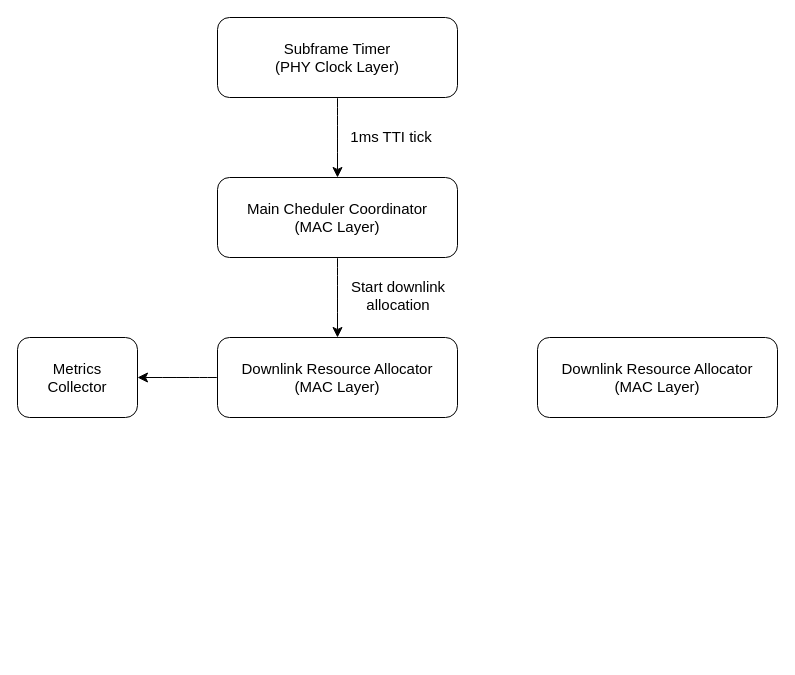
Graduation-Project-VHT/Diagrams keeps this draw.io diagram as OAI-Flow.drawio. Above is the earlier version. Source tidied: cells renumbered, new cells numbered last; positions are measured from the earlier drawing's top-left corner, leaving out a move shared by most shapes. Both pictures are drawn from the tidied source at 100%, with x=0, y=0 at pixel (17, 17).
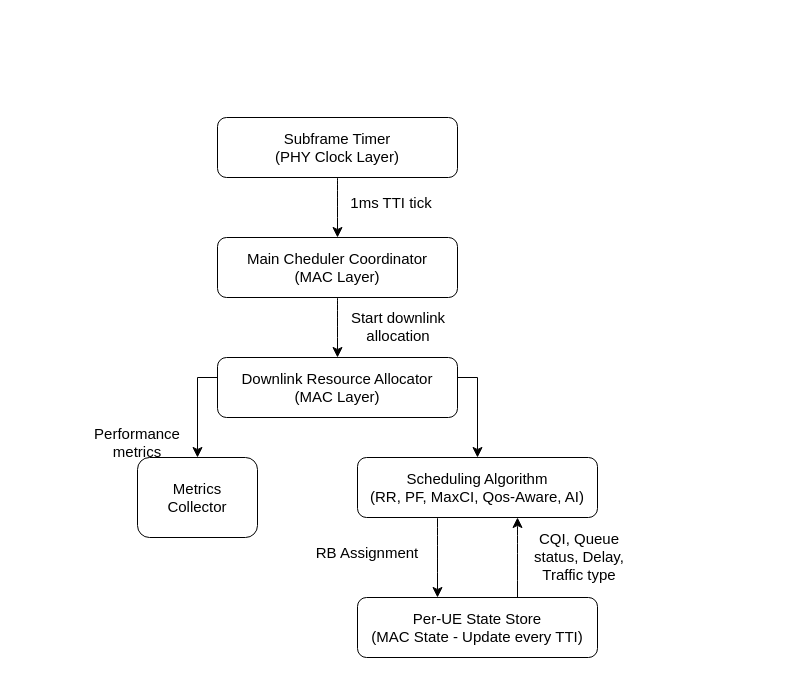
The same diagram, later.

The edit, as a diff of the source:
```diff
@@
     <mxCell id="3" value="Subframe Timer&lt;div&gt;(PHY Clock Layer)&lt;/div&gt;" style="rounded=1;whiteSpace=wrap;html=1;fontSize=15;" parent="1" vertex="1">
-      <mxGeometry x="200" width="240" height="80" as="geometry" />
+      <mxGeometry x="200" y="100" width="240" height="60" as="geometry" />
     </mxCell>
@@
     <mxCell id="5" value="Main Cheduler Coordinator&lt;div&gt;(MAC Layer)&lt;/div&gt;" style="rounded=1;whiteSpace=wrap;html=1;fontSize=15;" parent="1" vertex="1">
-      <mxGeometry x="200" y="160" width="240" height="80" as="geometry" />
+      <mxGeometry x="200" y="220" width="240" height="60" as="geometry" />
     </mxCell>
     <mxCell id="6" value="1ms TTI tick" style="text;html=1;whiteSpace=wrap;strokeColor=none;fillColor=none;align=center;verticalAlign=middle;rounded=0;fontSize=15;" parent="1" vertex="1">
-      <mxGeometry x="314" y="104" width="120" height="30" as="geometry" />
+      <mxGeometry x="314" y="170" width="120" height="30" as="geometry" />
     </mxCell>
-    <mxCell id="7" style="edgeStyle=none;curved=1;rounded=0;jettySize=auto;html=1;fontSize=12;startSize=8;endSize=8;" parent="1" edge="1" source="8" target="10">
-      <mxGeometry relative="1" as="geometry" />
+    <mxCell id="7" style="edgeStyle=orthogonalEdgeStyle;rounded=0;jettySize=auto;html=1;entryX=0.5;entryY=0;entryDx=0;entryDy=0;fontSize=12;startSize=8;endSize=8;" parent="1" edge="1" source="8" target="10">
+      <mxGeometry relative="1" as="geometry">
+        <Array as="points">
+          <mxPoint x="180" y="360" />
+        </Array>
+      </mxGeometry>
     </mxCell>
+    <mxCell id="12" style="edgeStyle=orthogonalEdgeStyle;rounded=0;jettySize=auto;html=1;entryX=0.5;entryY=0;entryDx=0;entryDy=0;fontSize=12;startSize=8;endSize=8;" parent="1" edge="1" source="8" target="11">
+      <mxGeometry relative="1" as="geometry">
+        <Array as="points">
+          <mxPoint x="460" y="360" />
+        </Array>
+      </mxGeometry>
+    </mxCell>
     <mxCell id="8" value="Downlink Resource Allocator&lt;br&gt;(MAC Layer)" style="rounded=1;whiteSpace=wrap;html=1;fontSize=15;" parent="1" vertex="1">
-      <mxGeometry x="200" y="320" width="240" height="80" as="geometry" />
+      <mxGeometry x="200" y="340" width="240" height="60" as="geometry" />
     </mxCell>
     <mxCell id="9" value="Start downlink allocation" style="text;html=1;whiteSpace=wrap;strokeColor=none;fillColor=none;align=center;verticalAlign=middle;rounded=0;fontSize=15;" parent="1" vertex="1">
-      <mxGeometry x="321" y="263" width="120" height="30" as="geometry" />
+      <mxGeometry x="321" y="294" width="120" height="30" as="geometry" />
     </mxCell>
     <mxCell id="10" value="Metrics&lt;div&gt;Collector&lt;/div&gt;" style="rounded=1;whiteSpace=wrap;html=1;fontSize=15;" parent="1" vertex="1">
-      <mxGeometry y="320" width="120" height="80" as="geometry" />
+      <mxGeometry x="120" y="440" width="120" height="80" as="geometry" />
     </mxCell>
+    <mxCell id="13" style="edgeStyle=none;curved=1;rounded=0;orthogonalLoop=1;jettySize=auto;html=1;fontSize=12;startSize=8;endSize=8;" parent="1" edge="1">
+      <mxGeometry relative="1" as="geometry">
+        <mxPoint x="420" y="500" as="sourcePoint" />
+        <mxPoint x="420" y="580" as="targetPoint" />
+      </mxGeometry>
+    </mxCell>
-    <mxCell id="11" value="Downlink Resource Allocator&lt;br&gt;(MAC Layer)" style="rounded=1;whiteSpace=wrap;html=1;fontSize=15;" parent="1" vertex="1">
-      <mxGeometry x="520" y="320" width="240" height="80" as="geometry" />
+    <mxCell id="11" value="Scheduling Algorithm&lt;div&gt;(RR, PF, MaxCI, Qos-Aware, AI)&lt;/div&gt;" style="rounded=1;whiteSpace=wrap;html=1;fontSize=15;" parent="1" vertex="1">
+      <mxGeometry x="340" y="440" width="240" height="60" as="geometry" />
     </mxCell>
+    <mxCell id="14" value="Performance&lt;div&gt;metrics&lt;/div&gt;" style="text;html=1;whiteSpace=wrap;strokeColor=none;fillColor=none;align=center;verticalAlign=middle;rounded=0;fontSize=15;" parent="1" vertex="1">
+      <mxGeometry x="60" y="410" width="120" height="30" as="geometry" />
+    </mxCell>
+    <mxCell id="15" value="Per-UE State Store&lt;div&gt;(MAC State - Update every TTI)&lt;/div&gt;" style="rounded=1;whiteSpace=wrap;html=1;fontSize=15;" parent="1" vertex="1">
+      <mxGeometry x="340" y="580" width="240" height="60" as="geometry" />
+    </mxCell>
+    <mxCell id="16" style="edgeStyle=none;curved=1;rounded=0;orthogonalLoop=1;jettySize=auto;html=1;fontSize=12;startSize=8;endSize=8;startArrow=classic;startFill=1;endArrow=none;endFill=0;" parent="1" edge="1">
+      <mxGeometry relative="1" as="geometry">
+        <mxPoint x="500" y="500" as="sourcePoint" />
+        <mxPoint x="500" y="580" as="targetPoint" />
+      </mxGeometry>
+    </mxCell>
+    <mxCell id="17" value="RB Assignment" style="text;html=1;whiteSpace=wrap;strokeColor=none;fillColor=none;align=center;verticalAlign=middle;rounded=0;fontSize=15;" parent="1" vertex="1">
+      <mxGeometry x="290" y="520" width="120" height="30" as="geometry" />
+    </mxCell>
+    <mxCell id="18" value="CQI, Queue status, Delay, Traffic type" style="text;html=1;whiteSpace=wrap;strokeColor=none;fillColor=none;align=center;verticalAlign=middle;rounded=0;fontSize=15;" parent="1" vertex="1">
+      <mxGeometry x="502" y="524" width="120" height="30" as="geometry" />
+    </mxCell>
```
